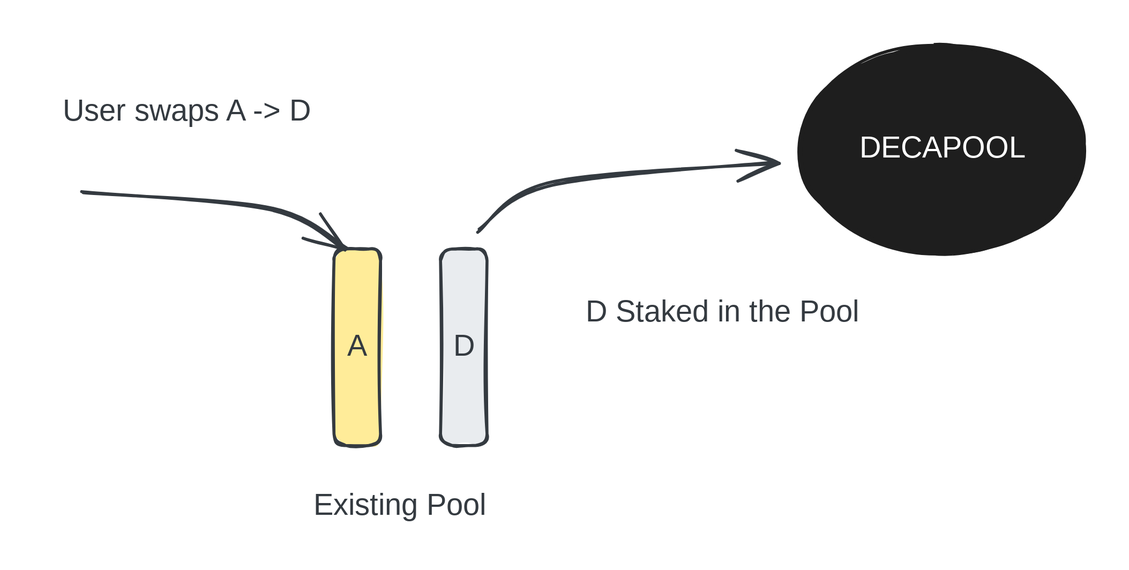
Before: .gitbook/assets/file.excalidraw (4).svg, a diagram exported from Excalidraw (decaswap-labs/docs). Source tidied: one line per element, renumbered; positions are measured from the earlier drawing's top-left corner, leaving out a move shared by most shapes.
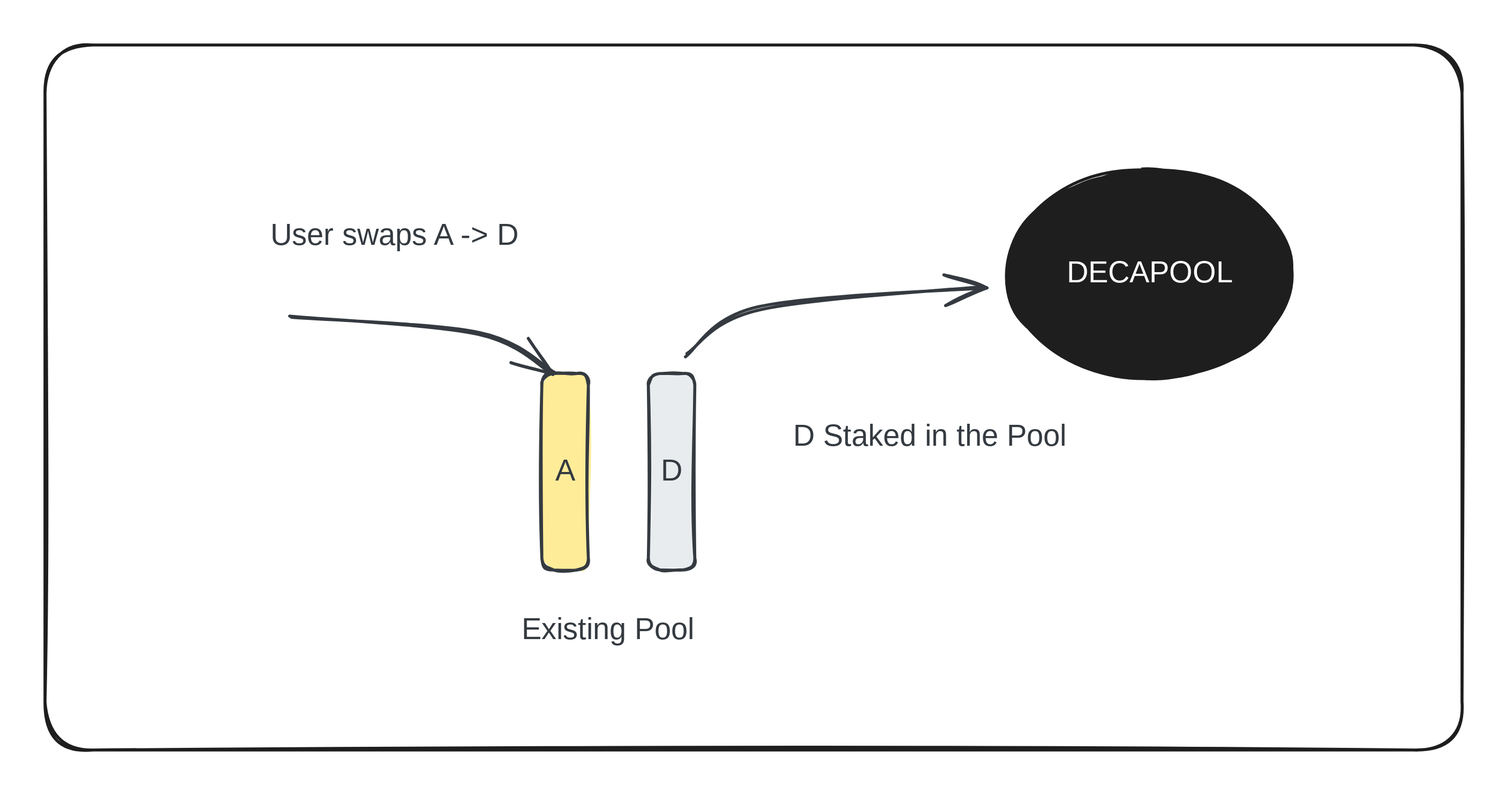
The same file after the commit.

What changed in the source:
```diff
@@ -9,3 +9,4 @@
 {"id": 8, "type": "ellipse", "strokeColor": "#1e1e1e", "backgroundColor": "#1e1e1e", "fillStyle": "solid", "strokeWidth": 2, "roughness": 1, "round": true, "x": 503, "y": 0, "width": 189, "height": 139}
 {"id": 9, "type": "text", "text": "DECAPOOL", "strokeColor": "#ffffff", "backgroundColor": "#1e1e1e", "fillStyle": "solid", "strokeWidth": 2, "roughness": 1, "fontSize": 20, "fontFamily": 1, "textAlign": "center", "verticalAlign": "middle", "inside": 8, "x": 543, "y": 57, "width": 109, "height": 25}
 {"id": 10, "type": "arrow", "strokeColor": "#343a40", "backgroundColor": "#e9ecef", "fillStyle": "solid", "strokeWidth": 2, "roughness": 1, "endArrowhead": "arrow", "round": true, "from": 2, "to": 8, "x": 288, "y": 124, "width": 200, "height": 45, "points": [[0, 0], [50, -30], [200, -45]]}
+{"id": 11, "type": "rectangle", "strokeColor": "#1e1e1e", "strokeWidth": 2, "roughness": 1, "round": true, "x": -139, "y": -83, "width": 945, "height": 470}
```
